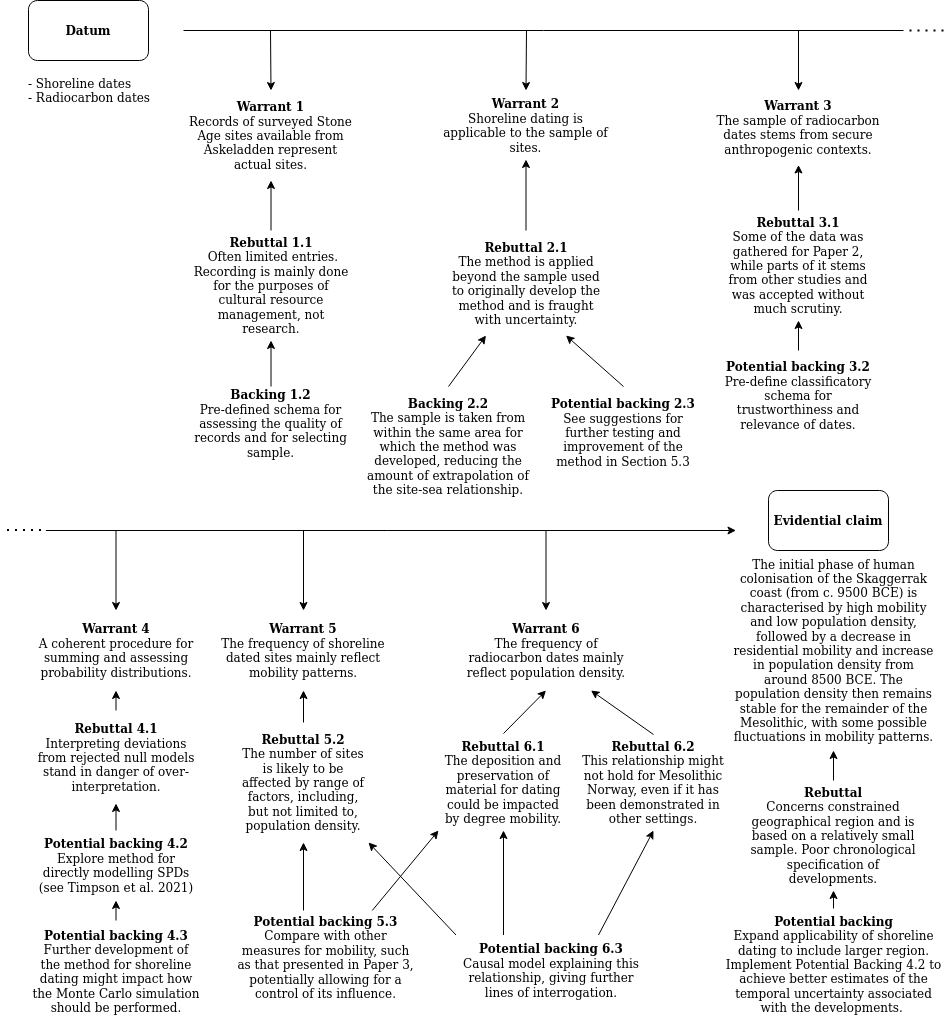
This is figures/toulmin_p4.png from isakro/thesis, a draw.io export, as it was before one commit. Source tidied: cells renumbered, new cells last; positions are measured from the earlier drawing's top-left corner, leaving out a move shared by most shapes.
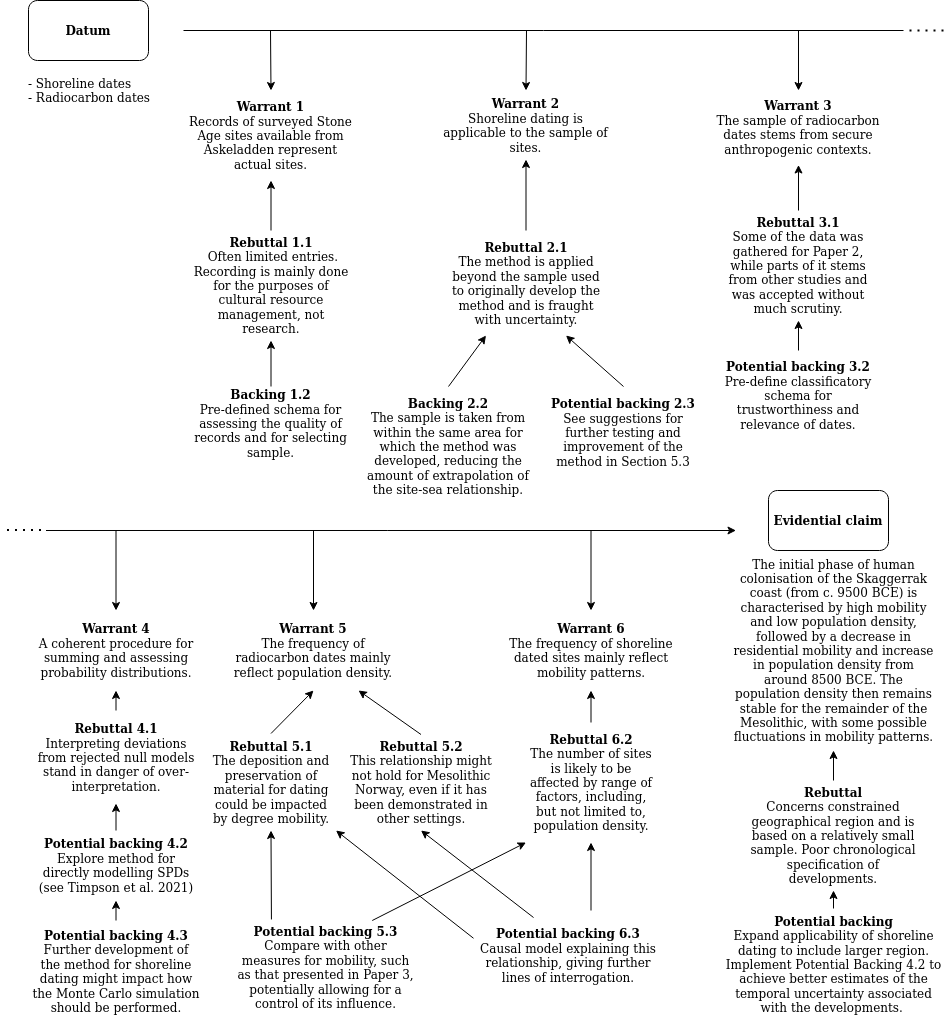
After the change.

What changed in the source:
```diff
@@ -37,11 +37,11 @@
     <mxCell id="12" value="&lt;div align=&quot;center&quot;&gt;The initial phase of human colonisation of the Skaggerrak coast (from c. 9500 BCE) is characterised by high mobility and low population density, followed by a decrease in residential mobility and increase in population density from around 8500 BCE. The population density then remains stable for the remainder of the Mesolithic, with some possible fluctuations in mobility patterns. &lt;br&gt;&lt;/div&gt;" style="text;html=1;strokeColor=none;fillColor=none;align=center;verticalAlign=middle;whiteSpace=wrap;rounded=0;" parent="1" vertex="1">
       <mxGeometry x="729.5" y="550" width="205" height="200" as="geometry" />
     </mxCell>
-    <mxCell id="13" value="&lt;b&gt;Rebuttal 5.2&lt;br&gt;&lt;/b&gt;&lt;div&gt;The number of sites is likely to be affected by range of factors, including, but not limited to, population density.&lt;br&gt;&lt;/div&gt;" style="text;html=1;strokeColor=none;fillColor=none;align=center;verticalAlign=middle;whiteSpace=wrap;rounded=0;" parent="1" vertex="1">
-      <mxGeometry x="237" y="722" width="130" height="120" as="geometry" />
+    <mxCell id="13" value="&lt;b&gt;Rebuttal 6.2&lt;br&gt;&lt;/b&gt;&lt;div&gt;The number of sites is likely to be affected by range of factors, including, but not limited to, population density.&lt;br&gt;&lt;/div&gt;" style="text;html=1;strokeColor=none;fillColor=none;align=center;verticalAlign=middle;whiteSpace=wrap;rounded=0;" parent="1" vertex="1">
+      <mxGeometry x="524.5" y="722" width="130" height="120" as="geometry" />
     </mxCell>
     <mxCell id="14" value="&lt;div&gt;&lt;b&gt;Potential backing 6.3&lt;br&gt;&lt;/b&gt;&lt;/div&gt;&lt;div&gt;Causal model explaining this relationship, giving further lines of interrogation. &lt;br&gt;&lt;/div&gt;" style="text;html=1;strokeColor=none;fillColor=none;align=center;verticalAlign=middle;whiteSpace=wrap;rounded=0;" parent="1" vertex="1">
-      <mxGeometry x="454.5" y="934.5" width="190" height="70" as="geometry" />
+      <mxGeometry x="472" y="920.2" width="190" height="70" as="geometry" />
     </mxCell>
     <mxCell id="15" value="&lt;div&gt;&lt;b&gt;Potential backing 4.2&lt;br&gt;&lt;/b&gt;&lt;/div&gt;&lt;div&gt;Explore method for directly modelling SPDs (see Timpson et al. 2021)&lt;br&gt;&lt;/div&gt;" style="text;html=1;strokeColor=none;fillColor=none;align=center;verticalAlign=middle;whiteSpace=wrap;rounded=0;" parent="1" vertex="1">
       <mxGeometry x="29.5" y="830" width="170" height="70" as="geometry" />
@@ -98,12 +98,12 @@
     <mxCell id="27" style="endArrow=classic;html=1;rounded=0;exitX=0.5;exitY=0;exitDx=0;exitDy=0;entryX=0.5;entryY=1;entryDx=0;entryDy=0;" parent="1" edge="1" source="10" target="6">
       <mxGeometry relative="1" as="geometry" />
     </mxCell>
-    <mxCell id="28" value="&lt;div&gt;&lt;b&gt;Warrant 5&lt;br&gt;&lt;/b&gt;&lt;/div&gt;The frequency of shoreline dated sites mainly reflect mobility patterns." style="text;html=1;strokeColor=none;fillColor=none;align=center;verticalAlign=middle;whiteSpace=wrap;rounded=0;" parent="1" vertex="1">
-      <mxGeometry x="212" y="610" width="180" height="80" as="geometry" />
+    <mxCell id="28" value="&lt;div&gt;&lt;b&gt;Warrant 6&lt;br&gt;&lt;/b&gt;&lt;/div&gt;The frequency of shoreline dated sites mainly reflect mobility patterns." style="text;html=1;strokeColor=none;fillColor=none;align=center;verticalAlign=middle;whiteSpace=wrap;rounded=0;" parent="1" vertex="1">
+      <mxGeometry x="499.5" y="610" width="180" height="80" as="geometry" />
     </mxCell>
     <mxCell id="29" style="endArrow=classic;html=1;rounded=0;entryX=0.5;entryY=0;entryDx=0;entryDy=0;" parent="1" edge="1" target="28">
       <mxGeometry relative="1" as="geometry">
-        <mxPoint x="302" y="530" as="sourcePoint" />
+        <mxPoint x="589.5" y="530" as="sourcePoint" />
       </mxGeometry>
     </mxCell>
     <mxCell id="30" value="&lt;b&gt;Rebuttal 4.1&lt;br&gt;&lt;/b&gt;Interpreting deviations from rejected null models stand in danger of over-interpretation." style="text;html=1;strokeColor=none;fillColor=none;align=center;verticalAlign=middle;whiteSpace=wrap;rounded=0;" parent="1" vertex="1">
@@ -113,7 +113,7 @@
       <mxGeometry relative="1" as="geometry" />
     </mxCell>
     <mxCell id="32" value="&lt;b&gt;Potential backing 5.3&lt;br&gt;&lt;/b&gt;Compare with other measures for mobility, such as that presented in Paper 3, potentially allowing for a control of its influence." style="text;html=1;strokeColor=none;fillColor=none;align=center;verticalAlign=middle;whiteSpace=wrap;rounded=0;" parent="1" vertex="1">
-      <mxGeometry x="232" y="910" width="185" height="94.5" as="geometry" />
+      <mxGeometry x="232" y="920" width="185" height="94.5" as="geometry" />
     </mxCell>
     <mxCell id="33" style="endArrow=classic;html=1;rounded=0;entryX=0.5;entryY=1;entryDx=0;entryDy=0;exitX=0.5;exitY=0;exitDx=0;exitDy=0;" parent="1" edge="1" source="30" target="36">
       <mxGeometry relative="1" as="geometry" />
@@ -127,8 +127,8 @@
     <mxCell id="36" value="&lt;div&gt;&lt;b&gt;Warrant 4&lt;/b&gt;&lt;/div&gt;&lt;div&gt;A coherent procedure for summing and assessing probability distributions.&lt;/div&gt;" style="text;html=1;strokeColor=none;fillColor=none;align=center;verticalAlign=middle;whiteSpace=wrap;rounded=0;" parent="1" vertex="1">
       <mxGeometry x="24.5" y="610" width="180" height="80" as="geometry" />
     </mxCell>
-    <mxCell id="37" value="&lt;b&gt;Rebuttal 6.2&lt;br&gt;&lt;/b&gt;&lt;div&gt;This relationship might not hold for Mesolithic Norway, even if it has been demonstrated in other settings.&lt;br&gt;&lt;/div&gt;" style="text;html=1;strokeColor=none;fillColor=none;align=center;verticalAlign=middle;whiteSpace=wrap;rounded=0;" parent="1" vertex="1">
-      <mxGeometry x="572" y="734" width="160" height="96" as="geometry" />
+    <mxCell id="37" value="&lt;b&gt;Rebuttal 5.2&lt;br&gt;&lt;/b&gt;&lt;div&gt;This relationship might not hold for Mesolithic Norway, even if it has been demonstrated in other settings.&lt;br&gt;&lt;/div&gt;" style="text;html=1;strokeColor=none;fillColor=none;align=center;verticalAlign=middle;whiteSpace=wrap;rounded=0;" parent="1" vertex="1">
+      <mxGeometry x="339.5" y="734" width="160" height="96" as="geometry" />
     </mxCell>
     <mxCell id="38" style="endArrow=classic;html=1;rounded=0;entryX=0.5;entryY=0;entryDx=0;entryDy=0;" parent="1" edge="1" target="36">
       <mxGeometry relative="1" as="geometry">
@@ -144,16 +144,16 @@
     <mxCell id="41" value="&lt;b&gt;Potential backing 3.2&lt;br&gt;&lt;/b&gt;&lt;div&gt;Pre-define classificatory schema for trustworthiness and relevance of dates.&lt;br&gt;&lt;/div&gt;" style="text;html=1;strokeColor=none;fillColor=none;align=center;verticalAlign=middle;whiteSpace=wrap;rounded=0;" parent="1" vertex="1">
       <mxGeometry x="717" y="350" width="160" height="90" as="geometry" />
     </mxCell>
-    <mxCell id="42" value="&lt;div&gt;&lt;b&gt;Warrant 6&lt;br&gt;&lt;/b&gt;&lt;/div&gt;The frequency of radiocarbon dates mainly reflect population density." style="text;html=1;strokeColor=none;fillColor=none;align=center;verticalAlign=middle;whiteSpace=wrap;rounded=0;" parent="1" vertex="1">
-      <mxGeometry x="454.5" y="610" width="180" height="80" as="geometry" />
+    <mxCell id="42" value="&lt;div&gt;&lt;b&gt;Warrant 5&lt;br&gt;&lt;/b&gt;&lt;/div&gt;The frequency of radiocarbon dates mainly reflect population density." style="text;html=1;strokeColor=none;fillColor=none;align=center;verticalAlign=middle;whiteSpace=wrap;rounded=0;" parent="1" vertex="1">
+      <mxGeometry x="222" y="610" width="180" height="80" as="geometry" />
     </mxCell>
     <mxCell id="43" style="endArrow=classic;html=1;rounded=0;entryX=0.5;entryY=0;entryDx=0;entryDy=0;" parent="1" edge="1" target="42">
       <mxGeometry relative="1" as="geometry">
-        <mxPoint x="544.5" y="530" as="sourcePoint" />
+        <mxPoint x="312" y="530" as="sourcePoint" />
       </mxGeometry>
     </mxCell>
-    <mxCell id="44" value="&lt;b&gt;Rebuttal 6.1&lt;br&gt;&lt;/b&gt;&lt;div&gt;The deposition and preservation of material for dating could be impacted by degree mobility.&lt;br&gt;&lt;/div&gt;" style="text;html=1;strokeColor=none;fillColor=none;align=center;verticalAlign=middle;whiteSpace=wrap;rounded=0;" parent="1" vertex="1">
-      <mxGeometry x="437" y="733" width="130" height="97" as="geometry" />
+    <mxCell id="44" value="&lt;b&gt;Rebuttal 5.1&lt;br&gt;&lt;/b&gt;&lt;div&gt;The deposition and preservation of material for dating could be impacted by degree mobility.&lt;br&gt;&lt;/div&gt;" style="text;html=1;strokeColor=none;fillColor=none;align=center;verticalAlign=middle;whiteSpace=wrap;rounded=0;" parent="1" vertex="1">
+      <mxGeometry x="204.5" y="733" width="130" height="97" as="geometry" />
     </mxCell>
     <mxCell id="45" style="endArrow=classic;html=1;rounded=0;entryX=0.5;entryY=1;entryDx=0;entryDy=0;exitX=0.5;exitY=0;exitDx=0;exitDy=0;" parent="1" edge="1" source="44" target="42">
       <mxGeometry relative="1" as="geometry" />
@@ -172,19 +172,16 @@
     </mxCell>
     <mxCell id="50" style="endArrow=classic;html=1;rounded=0;entryX=0.5;entryY=1;entryDx=0;entryDy=0;" parent="1" edge="1" target="13">
       <mxGeometry relative="1" as="geometry">
-        <mxPoint x="302" y="910" as="sourcePoint" />
+        <mxPoint x="589.5" y="910" as="sourcePoint" />
       </mxGeometry>
     </mxCell>
-    <mxCell id="51" style="endArrow=classic;html=1;rounded=0;entryX=0;entryY=1;entryDx=0;entryDy=0;exitX=0.75;exitY=0;exitDx=0;exitDy=0;" parent="1" edge="1" source="32" target="44">
+    <mxCell id="51" style="endArrow=classic;html=1;rounded=0;entryX=0;entryY=1;entryDx=0;entryDy=0;exitX=0.75;exitY=0;exitDx=0;exitDy=0;" parent="1" edge="1" source="32" target="13">
       <mxGeometry relative="1" as="geometry" />
     </mxCell>
-    <mxCell id="52" style="endArrow=classic;html=1;rounded=0;entryX=1;entryY=1;entryDx=0;entryDy=0;exitX=0;exitY=0;exitDx=0;exitDy=0;" parent="1" edge="1" source="14" target="13">
-      <mxGeometry relative="1" as="geometry" />
-    </mxCell>
-    <mxCell id="53" style="endArrow=classic;html=1;rounded=0;entryX=0.5;entryY=1;entryDx=0;entryDy=0;exitX=0.25;exitY=0;exitDx=0;exitDy=0;" parent="1" edge="1" source="14" target="44">
+    <mxCell id="53" style="endArrow=classic;html=1;rounded=0;entryX=1;entryY=1;entryDx=0;entryDy=0;exitX=0;exitY=0.25;exitDx=0;exitDy=0;" parent="1" edge="1" source="14" target="44">
       <mxGeometry relative="1" as="geometry" />
     </mxCell>
-    <mxCell id="54" style="endArrow=classic;html=1;rounded=0;entryX=0.5;entryY=1;entryDx=0;entryDy=0;exitX=0.75;exitY=0;exitDx=0;exitDy=0;" parent="1" edge="1" source="14" target="37">
+    <mxCell id="54" style="endArrow=classic;html=1;rounded=0;entryX=0.5;entryY=1;entryDx=0;entryDy=0;exitX=0.316;exitY=-0.046;exitDx=0;exitDy=0;exitPerimeter=0;" parent="1" edge="1" source="14" target="37">
       <mxGeometry relative="1" as="geometry" />
     </mxCell>
     <mxCell id="55" value="&lt;b&gt;Rebuttal&lt;br&gt;&lt;/b&gt;&lt;div&gt;Concerns constrained geographical region and is based on a relatively small sample. Poor chronological specification of developments.&lt;br&gt;&lt;/div&gt;" style="text;html=1;strokeColor=none;fillColor=none;align=center;verticalAlign=middle;whiteSpace=wrap;rounded=0;" parent="1" vertex="1">
@@ -199,5 +196,8 @@
     <mxCell id="58" style="endArrow=classic;html=1;rounded=0;entryX=0.5;entryY=1;entryDx=0;entryDy=0;" parent="1" edge="1" source="57" target="55">
       <mxGeometry relative="1" as="geometry" />
     </mxCell>
+    <mxCell id="59" style="endArrow=classic;html=1;rounded=0;entryX=0.5;entryY=1;entryDx=0;entryDy=0;exitX=0.205;exitY=-0.011;exitDx=0;exitDy=0;exitPerimeter=0;" parent="1" edge="1" source="32" target="44">
+      <mxGeometry relative="1" as="geometry" />
+    </mxCell>
   </root>
 </mxGraphModel>
```
